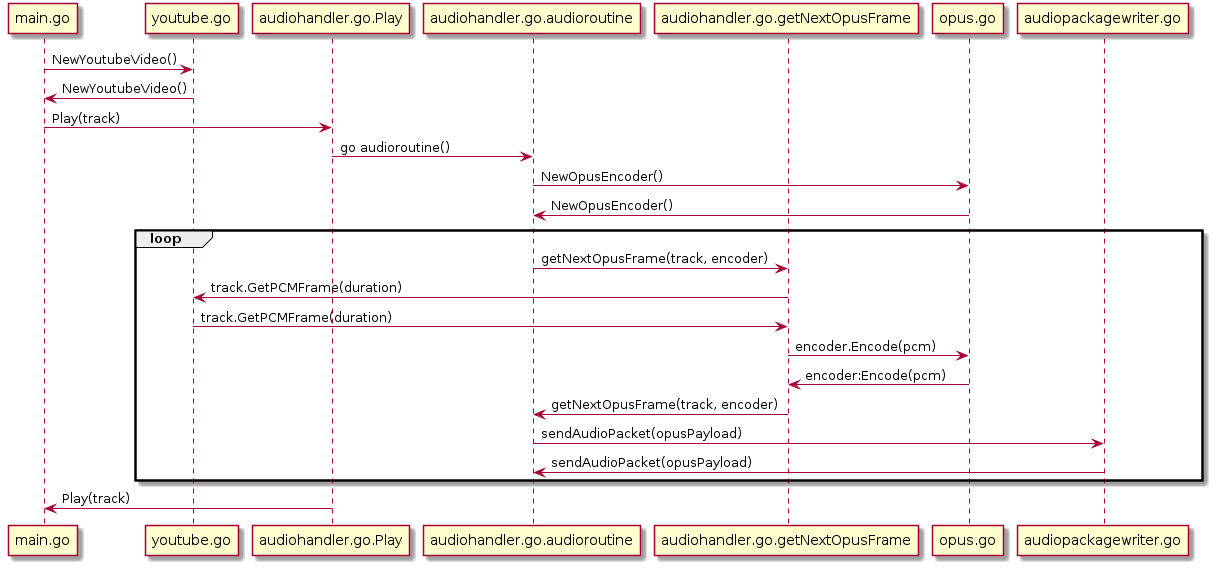
CodingVoid/gomble keeps this PlantUML diagram as illustration.png. Above is the earlier version. Its diagram source:
```plantuml
@startuml
participant main.go
participant youtube.go
participant audiohandler.go.Play
participant audiohandler.go.audioroutine
participant audiohandler.go.getNextOpusFrame
participant opus.go

main.go -> youtube.go : NewYoutubeVideo()
main.go <- youtube.go : NewYoutubeVideo()
main.go -> audiohandler.go.Play : Play(track)
audiohandler.go.Play -> audiohandler.go.audioroutine : go audioroutine()
audiohandler.go.audioroutine -> opus.go : NewOpusEncoder()
audiohandler.go.audioroutine <- opus.go : NewOpusEncoder()
	loop
		audiohandler.go.audioroutine -> audiohandler.go.getNextOpusFrame : getNextOpusFrame(track, encoder)
		audiohandler.go.getNextOpusFrame -> youtube.go : track.GetPCMFrame(duration)
		audiohandler.go.getNextOpusFrame <- youtube.go : track.GetPCMFrame(duration)
		audiohandler.go.getNextOpusFrame -> opus.go : encoder.Encode(pcm)
		audiohandler.go.getNextOpusFrame <- opus.go : encoder:Encode(pcm)
		audiohandler.go.audioroutine <- audiohandler.go.getNextOpusFrame : getNextOpusFrame(track, encoder)
		audiohandler.go.audioroutine -> audiopackagewriter.go : sendAudioPacket(opusPayload)
		audiohandler.go.audioroutine <- audiopackagewriter.go : sendAudioPacket(opusPayload)
	end
main.go <- audiohandler.go.Play : Play(track)

@enduml
```
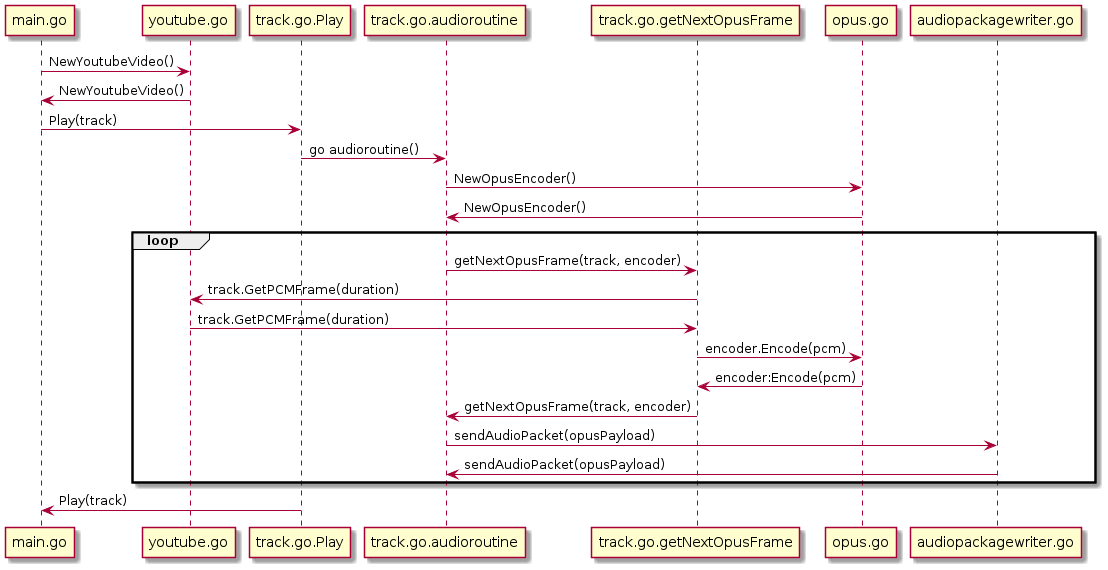
Later version of the same file.

Change to the diagram source:
```diff
@@ -1,27 +1,27 @@
 @startuml
 participant main.go
 participant youtube.go
-participant audiohandler.go.Play
-participant audiohandler.go.audioroutine
-participant audiohandler.go.getNextOpusFrame
+participant track.go.Play
+participant track.go.audioroutine
+participant track.go.getNextOpusFrame
 participant opus.go
 
 main.go -> youtube.go : NewYoutubeVideo()
 main.go <- youtube.go : NewYoutubeVideo()
-main.go -> audiohandler.go.Play : Play(track)
-audiohandler.go.Play -> audiohandler.go.audioroutine : go audioroutine()
-audiohandler.go.audioroutine -> opus.go : NewOpusEncoder()
-audiohandler.go.audioroutine <- opus.go : NewOpusEncoder()
+main.go -> track.go.Play : Play(track)
+track.go.Play -> track.go.audioroutine : go audioroutine()
+track.go.audioroutine -> opus.go : NewOpusEncoder()
+track.go.audioroutine <- opus.go : NewOpusEncoder()
 	loop
-		audiohandler.go.audioroutine -> audiohandler.go.getNextOpusFrame : getNextOpusFrame(track, encoder)
-		audiohandler.go.getNextOpusFrame -> youtube.go : track.GetPCMFrame(duration)
-		audiohandler.go.getNextOpusFrame <- youtube.go : track.GetPCMFrame(duration)
-		audiohandler.go.getNextOpusFrame -> opus.go : encoder.Encode(pcm)
-		audiohandler.go.getNextOpusFrame <- opus.go : encoder:Encode(pcm)
-		audiohandler.go.audioroutine <- audiohandler.go.getNextOpusFrame : getNextOpusFrame(track, encoder)
-		audiohandler.go.audioroutine -> audiopackagewriter.go : sendAudioPacket(opusPayload)
-		audiohandler.go.audioroutine <- audiopackagewriter.go : sendAudioPacket(opusPayload)
+		track.go.audioroutine -> track.go.getNextOpusFrame : getNextOpusFrame(track, encoder)
+		track.go.getNextOpusFrame -> youtube.go : track.GetPCMFrame(duration)
+		track.go.getNextOpusFrame <- youtube.go : track.GetPCMFrame(duration)
+		track.go.getNextOpusFrame -> opus.go : encoder.Encode(pcm)
+		track.go.getNextOpusFrame <- opus.go : encoder:Encode(pcm)
+		track.go.audioroutine <- track.go.getNextOpusFrame : getNextOpusFrame(track, encoder)
+		track.go.audioroutine -> audiopackagewriter.go : sendAudioPacket(opusPayload)
+		track.go.audioroutine <- audiopackagewriter.go : sendAudioPacket(opusPayload)
 	end
-main.go <- audiohandler.go.Play : Play(track)
+main.go <- track.go.Play : Play(track)
 
 @enduml
```
